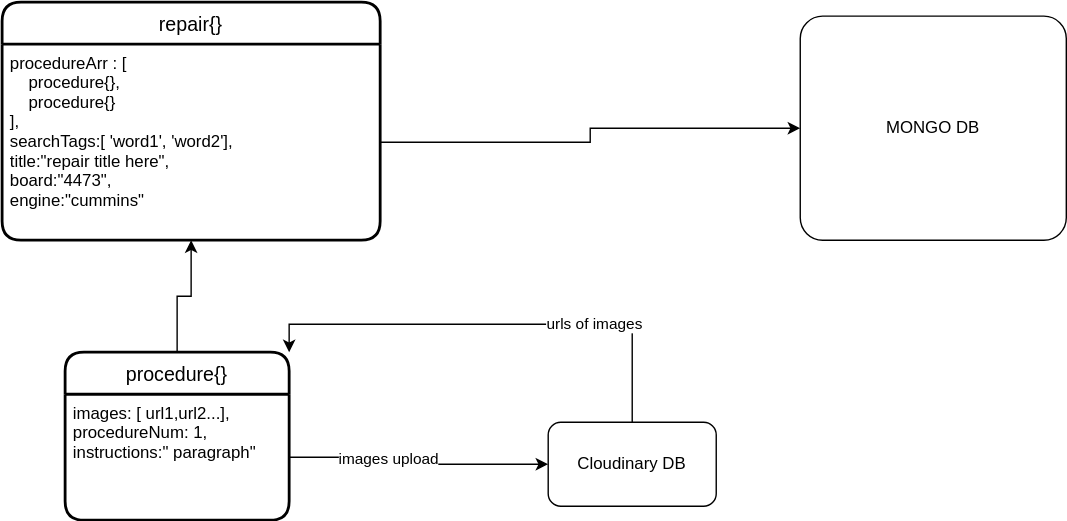
This is repair-reports/Untitled Diagram.drawio.svg from jesusdoza/diagrams, a draw.io export, as it was before one commit. Source tidied: cells renumbered, new cells last; positions are measured from the earlier drawing's top-left corner, leaving out a move shared by most shapes. The source it was exported from:
```xml
<mxGraphModel>
  <root>
    <mxCell id="0" />
    <mxCell id="1" parent="0" />
    <mxCell id="2" value="repair{}" style="swimlane;horizontal=1;startSize=30;rounded=1;fontSize=14;fontStyle=0;strokeWidth=2;shadow=0;dashed=0;align=center;" parent="1" vertex="1">
      <mxGeometry width="270" height="170" as="geometry" />
    </mxCell>
    <mxCell id="3" value="procedureArr : [&#10;    procedure{},&#10;    procedure{}&#10;],&#10;searchTags:[ 'word1', 'word2'],&#10;title:&quot;repair title here&quot;,&#10;board:&quot;4473&quot;,&#10;engine:&quot;cummins&quot;&#10;" style="align=left;strokeColor=none;fillColor=none;spacingLeft=4;fontSize=12;verticalAlign=top;" parent="2" vertex="1">
      <mxGeometry y="30" width="270" height="140" as="geometry" />
    </mxCell>
    <mxCell id="4" style="edgeStyle=orthogonalEdgeStyle;rounded=0;jettySize=auto;html=1;" parent="1" edge="1" source="5" target="3">
      <mxGeometry relative="1" as="geometry" />
    </mxCell>
    <mxCell id="5" value="procedure{}" style="swimlane;horizontal=1;startSize=30;rounded=1;fontSize=14;fontStyle=0;strokeWidth=2;shadow=0;dashed=0;align=center;" parent="1" vertex="1">
      <mxGeometry x="45" y="250" width="160" height="120" as="geometry" />
    </mxCell>
    <mxCell id="6" value="images: [ url1,url2...],&#10;procedureNum: 1,&#10;instructions:&quot; paragraph&quot;" style="align=left;strokeColor=none;fillColor=none;spacingLeft=4;fontSize=12;verticalAlign=top;" parent="5" vertex="1">
      <mxGeometry y="30" width="160" height="90" as="geometry" />
    </mxCell>
    <mxCell id="7" value="MONGO DB" style="rounded=1;arcSize=10;whiteSpace=wrap;html=1;align=center;" parent="1" vertex="1">
      <mxGeometry x="570" y="10" width="190" height="160" as="geometry" />
    </mxCell>
    <mxCell id="8" style="edgeStyle=orthogonalEdgeStyle;rounded=0;jettySize=auto;html=1;" parent="1" edge="1" source="3" target="7">
      <mxGeometry relative="1" as="geometry" />
    </mxCell>
    <mxCell id="9" value="Cloudinary DB" style="rounded=1;whiteSpace=wrap;html=1;" parent="1" vertex="1">
      <mxGeometry x="390" y="300" width="120" height="60" as="geometry" />
    </mxCell>
    <mxCell id="10" style="edgeStyle=orthogonalEdgeStyle;rounded=0;jettySize=auto;html=1;entryX=0;entryY=0.5;entryDx=0;entryDy=0;" parent="1" edge="1" source="6" target="9">
      <mxGeometry relative="1" as="geometry" />
    </mxCell>
    <mxCell id="11" value="images upload" style="edgeLabel;html=1;align=center;verticalAlign=middle;" parent="10" vertex="1">
      <mxGeometry x="-0.27" relative="1" as="geometry" />
    </mxCell>
    <mxCell id="12" style="edgeStyle=orthogonalEdgeStyle;rounded=0;jettySize=auto;html=1;entryX=1;entryY=0;entryDx=0;entryDy=0;exitX=0.5;exitY=0;exitDx=0;exitDy=0;" parent="1" edge="1" source="9" target="5">
      <mxGeometry relative="1" as="geometry" />
    </mxCell>
    <mxCell id="13" value="urls of images" style="edgeLabel;html=1;align=center;verticalAlign=middle;" parent="12" vertex="1">
      <mxGeometry x="-0.42" y="-1" relative="1" as="geometry" />
    </mxCell>
  </root>
</mxGraphModel>
```
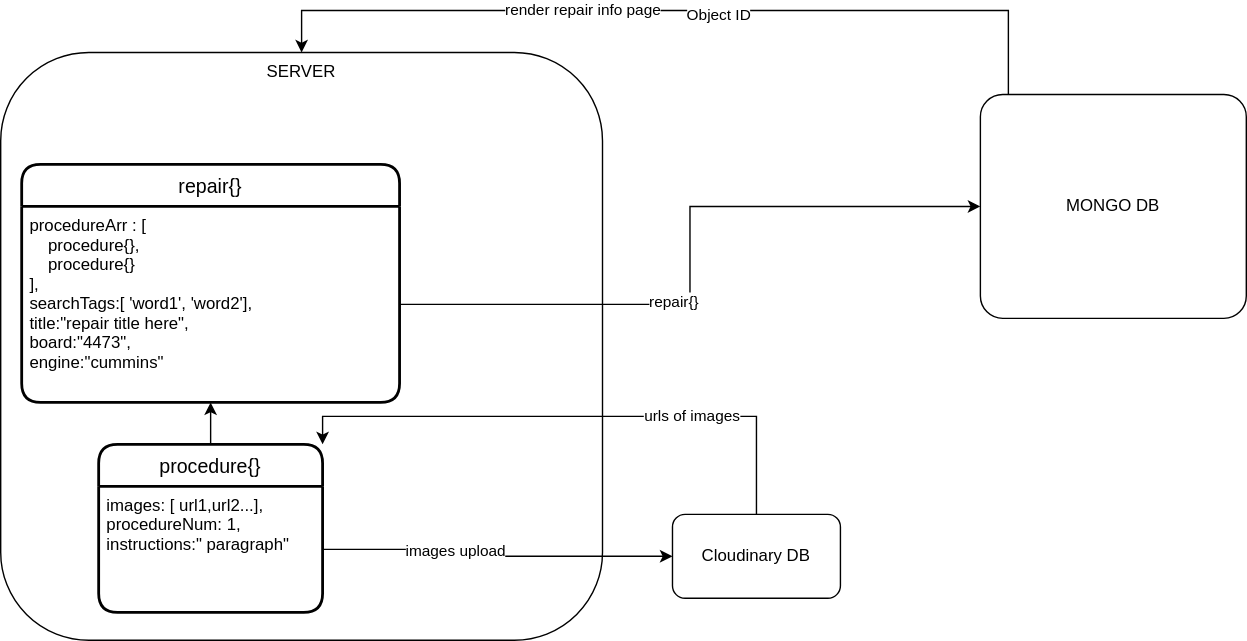
The same diagram one commit later.

What changed in the source:
```diff
@@ -2,8 +2,11 @@
   <root>
     <mxCell id="0" />
     <mxCell id="1" parent="0" />
+    <mxCell id="14" value="SERVER" style="rounded=1;whiteSpace=wrap;html=1;verticalAlign=top;" parent="1" vertex="1">
+      <mxGeometry x="-90" y="-30" width="430" height="420" as="geometry" />
+    </mxCell>
     <mxCell id="2" value="repair{}" style="swimlane;horizontal=1;startSize=30;rounded=1;fontSize=14;fontStyle=0;strokeWidth=2;shadow=0;dashed=0;align=center;" parent="1" vertex="1">
-      <mxGeometry width="270" height="170" as="geometry" />
+      <mxGeometry x="-75" y="50" width="270" height="170" as="geometry" />
     </mxCell>
     <mxCell id="3" value="procedureArr : [&#10;    procedure{},&#10;    procedure{}&#10;],&#10;searchTags:[ 'word1', 'word2'],&#10;title:&quot;repair title here&quot;,&#10;board:&quot;4473&quot;,&#10;engine:&quot;cummins&quot;&#10;" style="align=left;strokeColor=none;fillColor=none;spacingLeft=4;fontSize=12;verticalAlign=top;" parent="2" vertex="1">
       <mxGeometry y="30" width="270" height="140" as="geometry" />
@@ -12,17 +15,34 @@
       <mxGeometry relative="1" as="geometry" />
     </mxCell>
     <mxCell id="5" value="procedure{}" style="swimlane;horizontal=1;startSize=30;rounded=1;fontSize=14;fontStyle=0;strokeWidth=2;shadow=0;dashed=0;align=center;" parent="1" vertex="1">
-      <mxGeometry x="45" y="250" width="160" height="120" as="geometry" />
+      <mxGeometry x="-20" y="250" width="160" height="120" as="geometry" />
     </mxCell>
     <mxCell id="6" value="images: [ url1,url2...],&#10;procedureNum: 1,&#10;instructions:&quot; paragraph&quot;" style="align=left;strokeColor=none;fillColor=none;spacingLeft=4;fontSize=12;verticalAlign=top;" parent="5" vertex="1">
       <mxGeometry y="30" width="160" height="90" as="geometry" />
     </mxCell>
+    <mxCell id="15" style="edgeStyle=orthogonalEdgeStyle;rounded=0;jettySize=auto;html=1;entryX=0.5;entryY=0;entryDx=0;entryDy=0;" parent="1" edge="1" source="7" target="14">
+      <mxGeometry relative="1" as="geometry">
+        <Array as="points">
+          <mxPoint x="630" y="-60" />
+          <mxPoint x="125" y="-60" />
+        </Array>
+      </mxGeometry>
+    </mxCell>
+    <mxCell id="16" value="Object ID" style="edgeLabel;html=1;align=center;verticalAlign=middle;" parent="15" vertex="1">
+      <mxGeometry x="-0.1" y="2" relative="1" as="geometry" />
+    </mxCell>
+    <mxCell id="17" value="render repair info page" style="edgeLabel;html=1;align=center;verticalAlign=middle;" parent="15" vertex="1">
+      <mxGeometry x="0.23" y="-1" relative="1" as="geometry" />
+    </mxCell>
     <mxCell id="7" value="MONGO DB" style="rounded=1;arcSize=10;whiteSpace=wrap;html=1;align=center;" parent="1" vertex="1">
-      <mxGeometry x="570" y="10" width="190" height="160" as="geometry" />
+      <mxGeometry x="610" width="190" height="160" as="geometry" />
     </mxCell>
     <mxCell id="8" style="edgeStyle=orthogonalEdgeStyle;rounded=0;jettySize=auto;html=1;" parent="1" edge="1" source="3" target="7">
       <mxGeometry relative="1" as="geometry" />
     </mxCell>
+    <mxCell id="18" value="repair{}" style="edgeLabel;html=1;align=center;verticalAlign=middle;" parent="8" vertex="1">
+      <mxGeometry x="-0.19" y="3" relative="1" as="geometry" />
+    </mxCell>
     <mxCell id="9" value="Cloudinary DB" style="rounded=1;whiteSpace=wrap;html=1;" parent="1" vertex="1">
       <mxGeometry x="390" y="300" width="120" height="60" as="geometry" />
     </mxCell>
```
